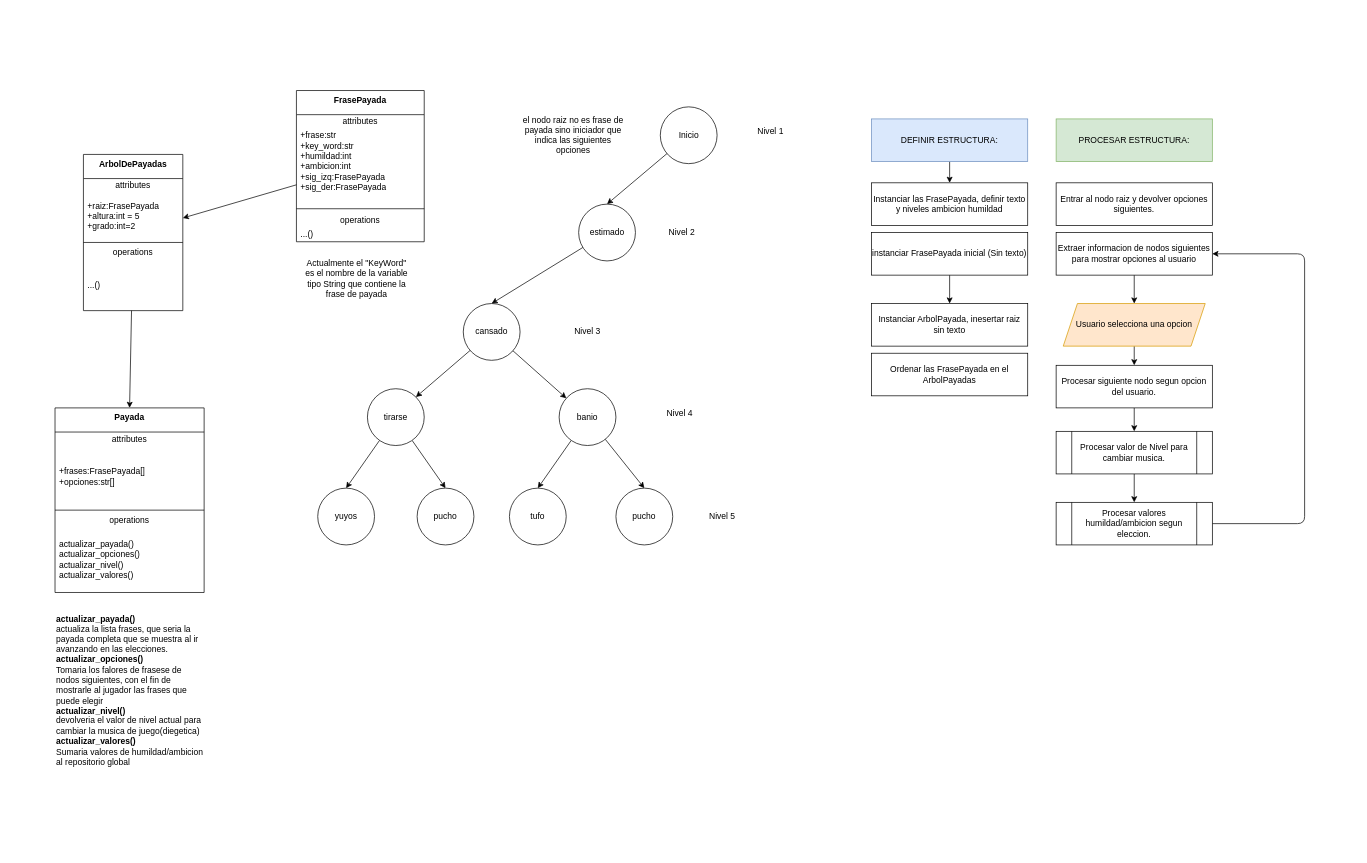
Earlier version of the draw.io diagram DiagramaUML.drawio (urrutiamateo/ProyectoFinal). Source tidied: cells renumbered, new cells numbered last; positions are measured from the earlier drawing's top-left corner, leaving out a move shared by most shapes. Both pictures are drawn from the tidied source at 71%, with x=0, y=0 at pixel (55, 90).
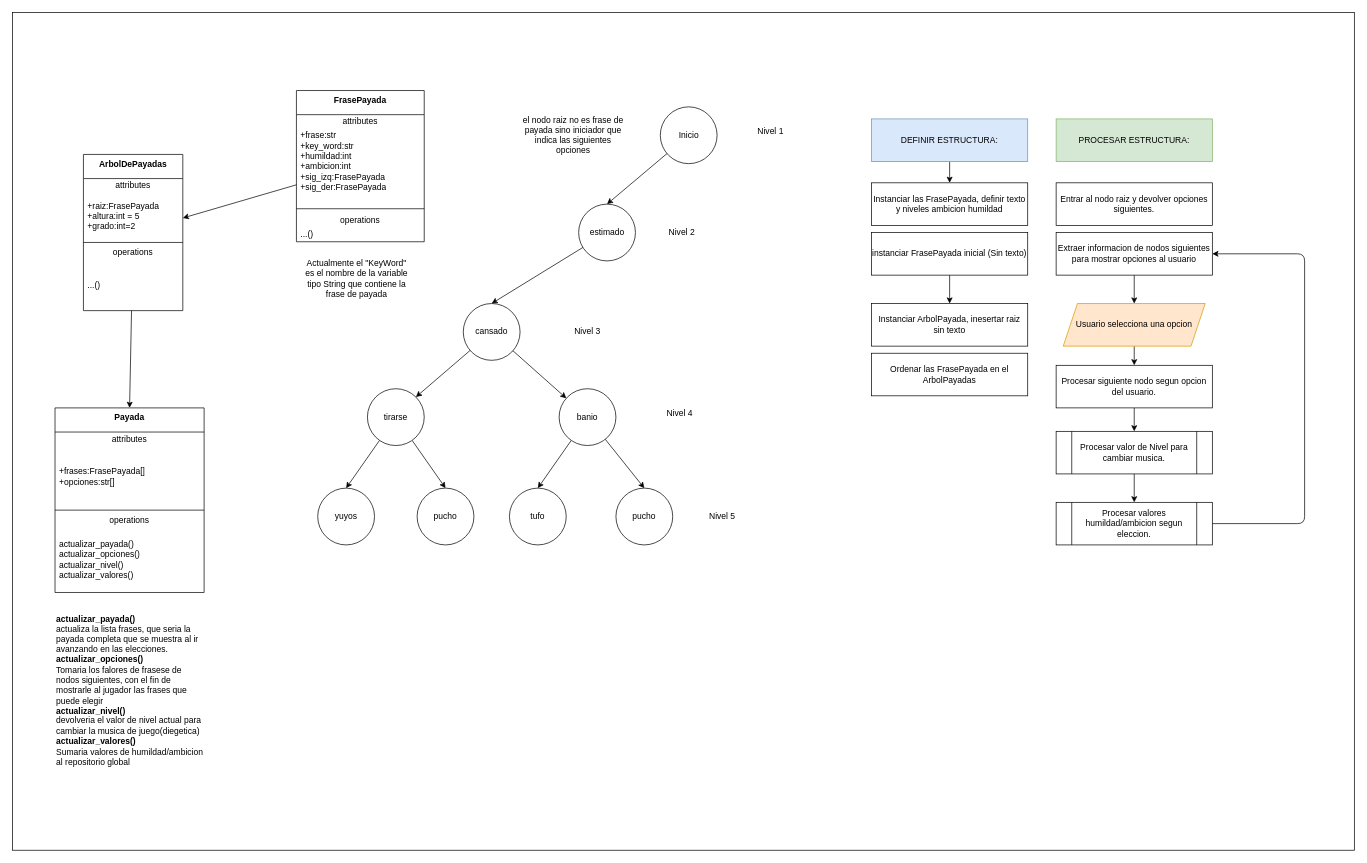
The same diagram, later.

The edit, as a diff of the source:
```diff
@@
+    <mxCell id="66" style="rounded=0;whiteSpace=wrap;html=1;" parent="1" vertex="1">
+      <mxGeometry x="-60" y="-110" width="1890" height="1180" as="geometry" />
+    </mxCell>
```
